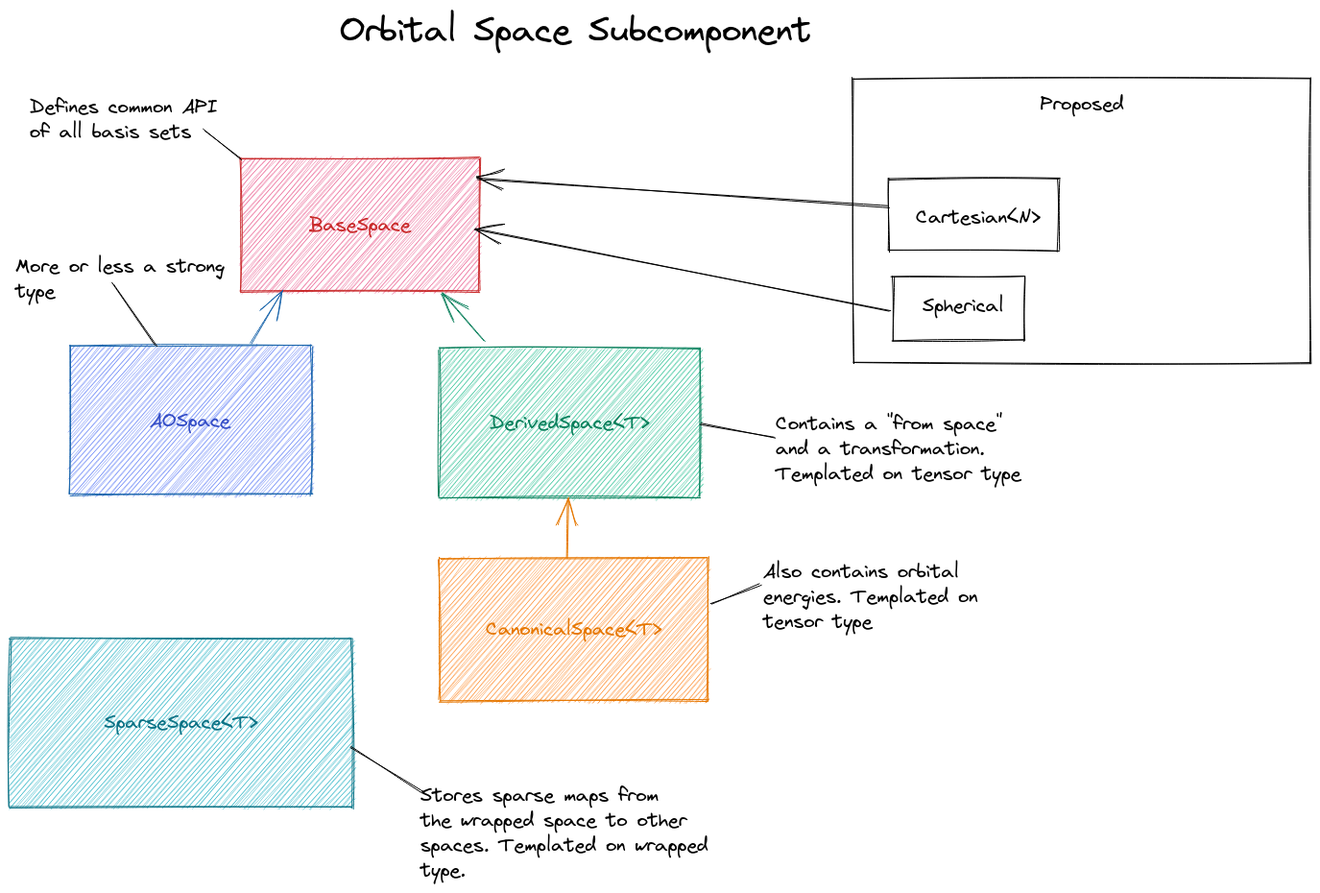
Above: docs/source/orbital_space/design.png in NWChemEx/Chemist (Excalidraw), before the change. Source tidied: one line per element, renumbered; positions are measured from the earlier drawing's top-left corner, leaving out a move shared by most shapes. Its diagram source:
```json
{"id": 0, "type": "rectangle", "strokeColor": "#c92a2a", "backgroundColor": "#e64980", "fillStyle": "hachure", "strokeWidth": 1, "roughness": 1, "x": 241, "y": 155, "width": 248, "height": 139}
{"id": 1, "type": "text", "text": "BaseSpace", "strokeColor": "#c92a2a", "strokeWidth": 1, "roughness": 1, "fontSize": 20, "fontFamily": 1, "x": 312, "y": 212, "width": 106, "height": 26}
{"id": 2, "type": "rectangle", "strokeColor": "#1864ab", "backgroundColor": "#4c6ef5", "fillStyle": "hachure", "strokeWidth": 1, "roughness": 1, "x": 63, "y": 350, "width": 252, "height": 155}
{"id": 3, "type": "text", "text": "AOSpace", "strokeColor": "#364fc7", "backgroundColor": "#4c6ef5", "fillStyle": "hachure", "strokeWidth": 1, "roughness": 1, "fontSize": 20, "fontFamily": 1, "x": 146, "y": 416, "width": 84, "height": 26}
{"id": 4, "type": "text", "text": "Defines common API\nof all basis sets", "strokeColor": "#000000", "strokeWidth": 1, "roughness": 1, "fontSize": 20, "fontFamily": 1, "x": 21, "y": 89, "width": 196, "height": 52}
{"id": 5, "type": "line", "strokeColor": "#000000", "strokeWidth": 1, "roughness": 1, "x": 202, "y": 125, "width": 40, "height": 31, "points": [[0, 0], [40, 31]]}
{"id": 6, "type": "arrow", "strokeColor": "#1864ab", "backgroundColor": "#4c6ef5", "fillStyle": "hachure", "strokeWidth": 1, "roughness": 1, "endArrowhead": "arrow", "from": 2, "x": 252, "y": 348, "width": 32, "height": 56, "points": [[0, 0], [32, -56]]}
{"id": 7, "type": "rectangle", "strokeColor": "#087f5b", "backgroundColor": "#12b886", "fillStyle": "hachure", "strokeWidth": 1, "roughness": 1, "x": 448, "y": 353, "width": 271, "height": 155}
{"id": 8, "type": "text", "text": "DerivedSpace<T>", "strokeColor": "#087f5b", "backgroundColor": "#4c6ef5", "fillStyle": "hachure", "strokeWidth": 1, "roughness": 1, "fontSize": 20, "fontFamily": 1, "x": 500, "y": 418, "width": 167, "height": 26}
{"id": 9, "type": "arrow", "strokeColor": "#087f5b", "backgroundColor": "#4c6ef5", "fillStyle": "hachure", "strokeWidth": 1, "roughness": 1, "endArrowhead": "arrow", "from": 7, "to": 0, "x": 495, "y": 345, "width": 45, "height": 49, "points": [[0, 0], [-45, -49]]}
{"id": 10, "type": "text", "text": "Contains a \"from space\"\nand a transformation.\nTemplated on tensor type\n", "strokeColor": "#000000", "backgroundColor": "#4c6ef5", "fillStyle": "hachure", "strokeWidth": 1, "roughness": 1, "fontSize": 20, "fontFamily": 1, "x": 798, "y": 419, "width": 256, "height": 104}
{"id": 11, "type": "line", "strokeColor": "#000000", "backgroundColor": "#4c6ef5", "fillStyle": "hachure", "strokeWidth": 1, "roughness": 1, "x": 798, "y": 446, "width": 77, "height": 15, "points": [[0, 0], [-77, -15]]}
{"id": 12, "type": "rectangle", "strokeColor": "#e67700", "backgroundColor": "#fd7e14", "fillStyle": "hachure", "strokeWidth": 1, "roughness": 1, "x": 448, "y": 571, "width": 279, "height": 149}
{"id": 13, "type": "text", "text": "CanonicalSpace<T>", "strokeColor": "#e67700", "backgroundColor": "#12b886", "fillStyle": "hachure", "strokeWidth": 1, "roughness": 1, "fontSize": 20, "fontFamily": 1, "x": 496, "y": 632, "width": 183, "height": 26}
{"id": 14, "type": "arrow", "strokeColor": "#e67700", "backgroundColor": "#12b886", "fillStyle": "hachure", "strokeWidth": 1, "roughness": 1, "endArrowhead": "arrow", "from": 12, "to": 7, "x": 580, "y": 571, "width": 3, "height": 62, "points": [[0, 0], [3, -62]]}
{"id": 15, "type": "rectangle", "strokeColor": "#0b7285", "backgroundColor": "#15aabf", "fillStyle": "hachure", "strokeWidth": 1, "roughness": 1, "x": 0, "y": 655, "width": 357, "height": 176}
{"id": 16, "type": "text", "text": "SparseSpace<T>", "strokeColor": "#0b7285", "backgroundColor": "#fd7e14", "fillStyle": "hachure", "strokeWidth": 1, "roughness": 1, "fontSize": 20, "fontFamily": 1, "x": 98, "y": 730, "width": 160, "height": 26}
{"id": 17, "type": "text", "text": "More or less a strong\ntype", "strokeColor": "#000000", "backgroundColor": "#fd7e14", "fillStyle": "hachure", "strokeWidth": 1, "roughness": 1, "fontSize": 20, "fontFamily": 1, "x": 6, "y": 255, "width": 218, "height": 52}
{"id": 18, "type": "line", "strokeColor": "#000000", "backgroundColor": "#fd7e14", "fillStyle": "hachure", "strokeWidth": 1, "roughness": 1, "x": 107, "y": 285, "width": 45, "height": 65, "points": [[0, 0], [45, 65]]}
{"id": 19, "type": "rectangle", "strokeColor": "#000000", "strokeWidth": 1, "roughness": 1, "x": 879, "y": 72, "width": 476, "height": 296}
{"id": 20, "type": "text", "text": "Proposed", "strokeColor": "#000000", "strokeWidth": 1, "roughness": 1, "fontSize": 20, "fontFamily": 1, "x": 1074, "y": 86, "width": 87, "height": 26}
{"id": 21, "type": "rectangle", "strokeColor": "#000000", "strokeWidth": 1, "roughness": 1, "x": 915, "y": 176, "width": 178, "height": 75}
{"id": 22, "type": "text", "text": "Cartesian<N>", "strokeColor": "#000000", "strokeWidth": 1, "roughness": 1, "fontSize": 20, "fontFamily": 1, "x": 944, "y": 204, "width": 130, "height": 26}
{"id": 23, "type": "text", "text": "Also contains orbital\nenergies. Templated on\ntensor type", "strokeColor": "#000000", "strokeWidth": 1, "roughness": 1, "fontSize": 20, "fontFamily": 1, "x": 785, "y": 573, "width": 224, "height": 78}
{"id": 24, "type": "line", "strokeColor": "#000000", "strokeWidth": 1, "roughness": 1, "x": 731, "y": 618, "width": 51, "height": 20, "points": [[0, 0], [51, -20]]}
{"id": 25, "type": "text", "text": "Stores sparse maps from\nthe wrapped space to other\nspaces. Templated on wrapped\ntype. ", "strokeColor": "#000000", "strokeWidth": 1, "roughness": 1, "fontSize": 20, "fontFamily": 1, "x": 428, "y": 806, "width": 300, "height": 104}
{"id": 26, "type": "line", "strokeColor": "#000000", "strokeWidth": 1, "roughness": 1, "x": 430, "y": 816, "width": 75, "height": 48, "points": [[0, 0], [-75, -48]]}
{"id": 27, "type": "text", "text": "Orbital Space Subcomponent", "strokeColor": "#000000", "strokeWidth": 1, "roughness": 1, "fontSize": 36, "fontFamily": 1, "x": 344, "y": 0, "width": 492, "height": 46}
{"id": 28, "type": "rectangle", "strokeColor": "#000000", "strokeWidth": 1, "roughness": 1, "x": 920, "y": 278, "width": 137, "height": 67}
{"id": 29, "type": "text", "text": "Spherical", "strokeColor": "#000000", "strokeWidth": 1, "roughness": 1, "fontSize": 20, "fontFamily": 1, "x": 951, "y": 296, "width": 84, "height": 26}
{"id": 30, "type": "arrow", "strokeColor": "#000000", "strokeWidth": 1, "roughness": 1, "endArrowhead": "arrow", "from": 21, "x": 915, "y": 205, "width": 428, "height": 29, "points": [[0, 0], [-428, -29]]}
{"id": 31, "type": "arrow", "strokeColor": "#000000", "strokeWidth": 1, "roughness": 1, "endArrowhead": "arrow", "from": 28, "x": 917, "y": 313, "width": 431, "height": 84, "points": [[0, 0], [-431, -84]]}
```
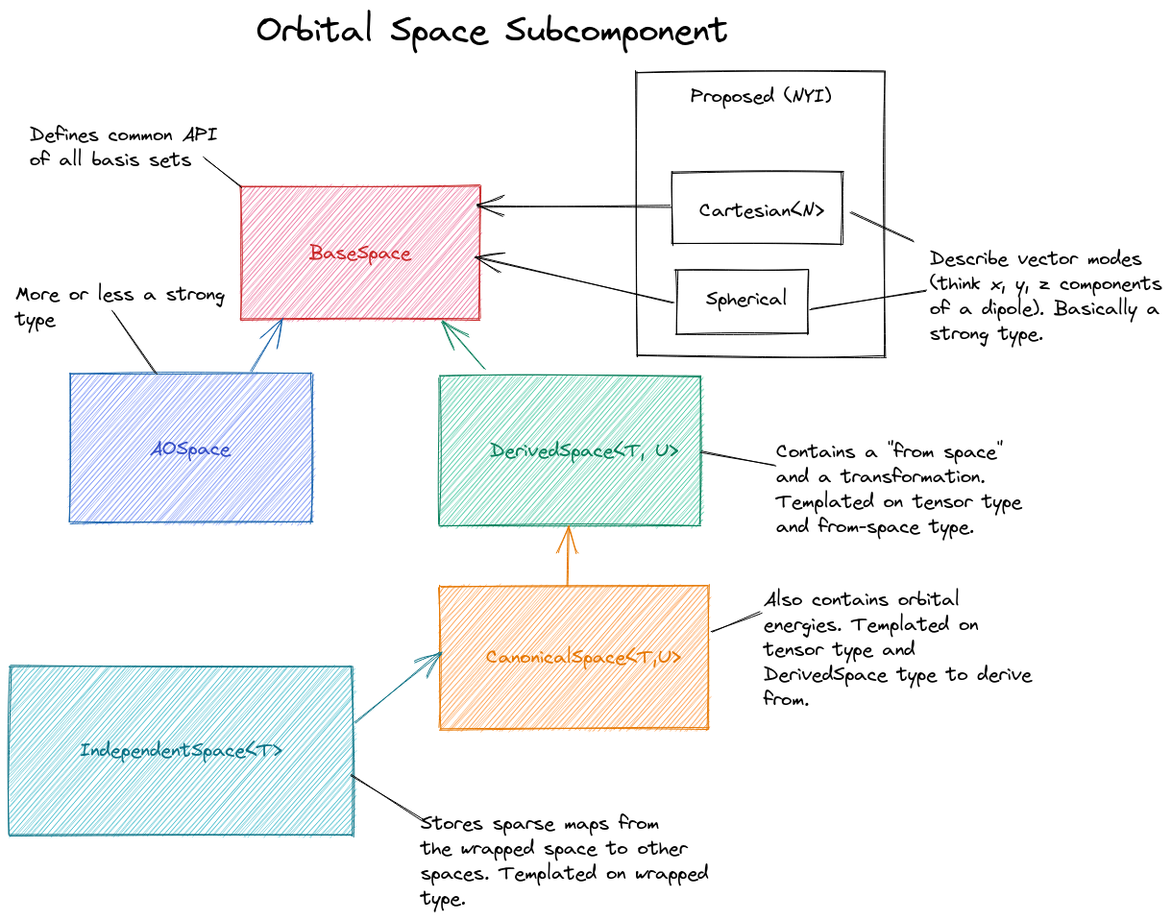
After the change.

Diff of the diagram source:
```diff
@@ -6,27 +6,31 @@
 {"id": 5, "type": "line", "strokeColor": "#000000", "strokeWidth": 1, "roughness": 1, "x": 202, "y": 125, "width": 40, "height": 31, "points": [[0, 0], [40, 31]]}
 {"id": 6, "type": "arrow", "strokeColor": "#1864ab", "backgroundColor": "#4c6ef5", "fillStyle": "hachure", "strokeWidth": 1, "roughness": 1, "endArrowhead": "arrow", "from": 2, "x": 252, "y": 348, "width": 32, "height": 56, "points": [[0, 0], [32, -56]]}
 {"id": 7, "type": "rectangle", "strokeColor": "#087f5b", "backgroundColor": "#12b886", "fillStyle": "hachure", "strokeWidth": 1, "roughness": 1, "x": 448, "y": 353, "width": 271, "height": 155}
-{"id": 8, "type": "text", "text": "DerivedSpace<T>", "strokeColor": "#087f5b", "backgroundColor": "#4c6ef5", "fillStyle": "hachure", "strokeWidth": 1, "roughness": 1, "fontSize": 20, "fontFamily": 1, "x": 500, "y": 418, "width": 167, "height": 26}
+{"id": 8, "type": "text", "text": "DerivedSpace<T, U>", "strokeColor": "#087f5b", "backgroundColor": "#4c6ef5", "fillStyle": "hachure", "strokeWidth": 1, "roughness": 1, "fontSize": 20, "fontFamily": 1, "x": 500, "y": 418, "width": 196, "height": 26}
 {"id": 9, "type": "arrow", "strokeColor": "#087f5b", "backgroundColor": "#4c6ef5", "fillStyle": "hachure", "strokeWidth": 1, "roughness": 1, "endArrowhead": "arrow", "from": 7, "to": 0, "x": 495, "y": 345, "width": 45, "height": 49, "points": [[0, 0], [-45, -49]]}
-{"id": 10, "type": "text", "text": "Contains a \"from space\"\nand a transformation.\nTemplated on tensor type\n", "strokeColor": "#000000", "backgroundColor": "#4c6ef5", "fillStyle": "hachure", "strokeWidth": 1, "roughness": 1, "fontSize": 20, "fontFamily": 1, "x": 798, "y": 419, "width": 256, "height": 104}
+{"id": 10, "type": "text", "text": "Contains a \"from space\"\nand a transformation.\nTemplated on tensor type\nand from-space type.\n", "strokeColor": "#000000", "backgroundColor": "#4c6ef5", "fillStyle": "hachure", "strokeWidth": 1, "roughness": 1, "fontSize": 20, "fontFamily": 1, "x": 798, "y": 419, "width": 256, "height": 130}
 {"id": 11, "type": "line", "strokeColor": "#000000", "backgroundColor": "#4c6ef5", "fillStyle": "hachure", "strokeWidth": 1, "roughness": 1, "x": 798, "y": 446, "width": 77, "height": 15, "points": [[0, 0], [-77, -15]]}
 {"id": 12, "type": "rectangle", "strokeColor": "#e67700", "backgroundColor": "#fd7e14", "fillStyle": "hachure", "strokeWidth": 1, "roughness": 1, "x": 448, "y": 571, "width": 279, "height": 149}
-{"id": 13, "type": "text", "text": "CanonicalSpace<T>", "strokeColor": "#e67700", "backgroundColor": "#12b886", "fillStyle": "hachure", "strokeWidth": 1, "roughness": 1, "fontSize": 20, "fontFamily": 1, "x": 496, "y": 632, "width": 183, "height": 26}
+{"id": 13, "type": "text", "text": "CanonicalSpace<T,U>", "strokeColor": "#e67700", "backgroundColor": "#12b886", "fillStyle": "hachure", "strokeWidth": 1, "roughness": 1, "fontSize": 20, "fontFamily": 1, "x": 496, "y": 632, "width": 203, "height": 26}
 {"id": 14, "type": "arrow", "strokeColor": "#e67700", "backgroundColor": "#12b886", "fillStyle": "hachure", "strokeWidth": 1, "roughness": 1, "endArrowhead": "arrow", "from": 12, "to": 7, "x": 580, "y": 571, "width": 3, "height": 62, "points": [[0, 0], [3, -62]]}
 {"id": 15, "type": "rectangle", "strokeColor": "#0b7285", "backgroundColor": "#15aabf", "fillStyle": "hachure", "strokeWidth": 1, "roughness": 1, "x": 0, "y": 655, "width": 357, "height": 176}
-{"id": 16, "type": "text", "text": "SparseSpace<T>", "strokeColor": "#0b7285", "backgroundColor": "#fd7e14", "fillStyle": "hachure", "strokeWidth": 1, "roughness": 1, "fontSize": 20, "fontFamily": 1, "x": 98, "y": 730, "width": 160, "height": 26}
+{"id": 16, "type": "text", "text": "IndependentSpace<T>", "strokeColor": "#0b7285", "backgroundColor": "#fd7e14", "fillStyle": "hachure", "strokeWidth": 1, "roughness": 1, "fontSize": 20, "fontFamily": 1, "x": 74, "y": 730, "width": 210, "height": 26}
 {"id": 17, "type": "text", "text": "More or less a strong\ntype", "strokeColor": "#000000", "backgroundColor": "#fd7e14", "fillStyle": "hachure", "strokeWidth": 1, "roughness": 1, "fontSize": 20, "fontFamily": 1, "x": 6, "y": 255, "width": 218, "height": 52}
 {"id": 18, "type": "line", "strokeColor": "#000000", "backgroundColor": "#fd7e14", "fillStyle": "hachure", "strokeWidth": 1, "roughness": 1, "x": 107, "y": 285, "width": 45, "height": 65, "points": [[0, 0], [45, 65]]}
-{"id": 19, "type": "rectangle", "strokeColor": "#000000", "strokeWidth": 1, "roughness": 1, "x": 879, "y": 72, "width": 476, "height": 296}
-{"id": 20, "type": "text", "text": "Proposed", "strokeColor": "#000000", "strokeWidth": 1, "roughness": 1, "fontSize": 20, "fontFamily": 1, "x": 1074, "y": 86, "width": 87, "height": 26}
-{"id": 21, "type": "rectangle", "strokeColor": "#000000", "strokeWidth": 1, "roughness": 1, "x": 915, "y": 176, "width": 178, "height": 75}
-{"id": 22, "type": "text", "text": "Cartesian<N>", "strokeColor": "#000000", "strokeWidth": 1, "roughness": 1, "fontSize": 20, "fontFamily": 1, "x": 944, "y": 204, "width": 130, "height": 26}
-{"id": 23, "type": "text", "text": "Also contains orbital\nenergies. Templated on\ntensor type", "strokeColor": "#000000", "strokeWidth": 1, "roughness": 1, "fontSize": 20, "fontFamily": 1, "x": 785, "y": 573, "width": 224, "height": 78}
+{"id": 23, "type": "text", "text": "Also contains orbital\nenergies. Templated on\ntensor type and \nDerivedSpace type to derive\nfrom.", "strokeColor": "#000000", "strokeWidth": 1, "roughness": 1, "fontSize": 20, "fontFamily": 1, "x": 785, "y": 573, "width": 279, "height": 130}
 {"id": 24, "type": "line", "strokeColor": "#000000", "strokeWidth": 1, "roughness": 1, "x": 731, "y": 618, "width": 51, "height": 20, "points": [[0, 0], [51, -20]]}
 {"id": 25, "type": "text", "text": "Stores sparse maps from\nthe wrapped space to other\nspaces. Templated on wrapped\ntype. ", "strokeColor": "#000000", "strokeWidth": 1, "roughness": 1, "fontSize": 20, "fontFamily": 1, "x": 428, "y": 806, "width": 300, "height": 104}
 {"id": 26, "type": "line", "strokeColor": "#000000", "strokeWidth": 1, "roughness": 1, "x": 430, "y": 816, "width": 75, "height": 48, "points": [[0, 0], [-75, -48]]}
-{"id": 27, "type": "text", "text": "Orbital Space Subcomponent", "strokeColor": "#000000", "strokeWidth": 1, "roughness": 1, "fontSize": 36, "fontFamily": 1, "x": 344, "y": 0, "width": 492, "height": 46}
+{"id": 27, "type": "text", "text": "Orbital Space Subcomponent", "strokeColor": "#000000", "strokeWidth": 1, "roughness": 1, "fontSize": 36, "fontFamily": 1, "x": 257, "y": -29, "width": 492, "height": 46}
+{"id": 19, "type": "rectangle", "strokeColor": "#000000", "strokeWidth": 1, "roughness": 1, "x": 653, "y": 36, "width": 258, "height": 296}
+{"id": 20, "type": "text", "text": "Proposed (NYI)", "strokeColor": "#000000", "strokeWidth": 1, "roughness": 1, "fontSize": 20, "fontFamily": 1, "x": 709, "y": 49, "width": 146, "height": 26}
+{"id": 21, "type": "rectangle", "strokeColor": "#000000", "strokeWidth": 1, "roughness": 1, "x": 689, "y": 140, "width": 178, "height": 75}
+{"id": 22, "type": "text", "text": "Cartesian<N>", "strokeColor": "#000000", "strokeWidth": 1, "roughness": 1, "fontSize": 20, "fontFamily": 1, "x": 718, "y": 168, "width": 130, "height": 26}
-{"id": 28, "type": "rectangle", "strokeColor": "#000000", "strokeWidth": 1, "roughness": 1, "x": 920, "y": 278, "width": 137, "height": 67}
+{"id": 28, "type": "rectangle", "strokeColor": "#000000", "strokeWidth": 1, "roughness": 1, "x": 694, "y": 242, "width": 137, "height": 67}
-{"id": 29, "type": "text", "text": "Spherical", "strokeColor": "#000000", "strokeWidth": 1, "roughness": 1, "fontSize": 20, "fontFamily": 1, "x": 951, "y": 296, "width": 84, "height": 26}
+{"id": 29, "type": "text", "text": "Spherical", "strokeColor": "#000000", "strokeWidth": 1, "roughness": 1, "fontSize": 20, "fontFamily": 1, "x": 725, "y": 260, "width": 84, "height": 26}
-{"id": 30, "type": "arrow", "strokeColor": "#000000", "strokeWidth": 1, "roughness": 1, "endArrowhead": "arrow", "from": 21, "x": 915, "y": 205, "width": 428, "height": 29, "points": [[0, 0], [-428, -29]]}
+{"id": 30, "type": "arrow", "strokeColor": "#000000", "strokeWidth": 1, "roughness": 1, "endArrowhead": "arrow", "from": 21, "x": 688, "y": 176, "width": 201, "height": 0, "points": [[0, 0], [-201, 0]]}
-{"id": 31, "type": "arrow", "strokeColor": "#000000", "strokeWidth": 1, "roughness": 1, "endArrowhead": "arrow", "from": 28, "x": 917, "y": 313, "width": 431, "height": 84, "points": [[0, 0], [-431, -84]]}
+{"id": 31, "type": "arrow", "strokeColor": "#000000", "strokeWidth": 1, "roughness": 1, "endArrowhead": "arrow", "from": 28, "x": 691, "y": 275, "width": 205, "height": 46, "points": [[0, 0], [-205, -46]]}
+{"id": 32, "type": "arrow", "strokeColor": "#0b7285", "strokeWidth": 1, "roughness": 1, "endArrowhead": "arrow", "from": 15, "to": 12, "x": 359, "y": 714, "width": 89, "height": 73, "points": [[0, 0], [89, -73]]}
+{"id": 33, "type": "text", "text": "Describe vector modes\n(think x, y, z components\nof a dipole). Basically a\nstrong type. ", "strokeColor": "#000000", "strokeWidth": 1, "roughness": 1, "fontSize": 20, "fontFamily": 1, "x": 958, "y": 218, "width": 242, "height": 104}
+{"id": 34, "type": "line", "strokeColor": "#000000", "strokeWidth": 1, "roughness": 1, "x": 876, "y": 182, "width": 65, "height": 30, "points": [[0, 0], [65, 30]]}
+{"id": 35, "type": "line", "strokeColor": "#000000", "strokeWidth": 1, "roughness": 1, "x": 834, "y": 284, "width": 121, "height": 20, "points": [[0, 0], [121, -20]]}
```
